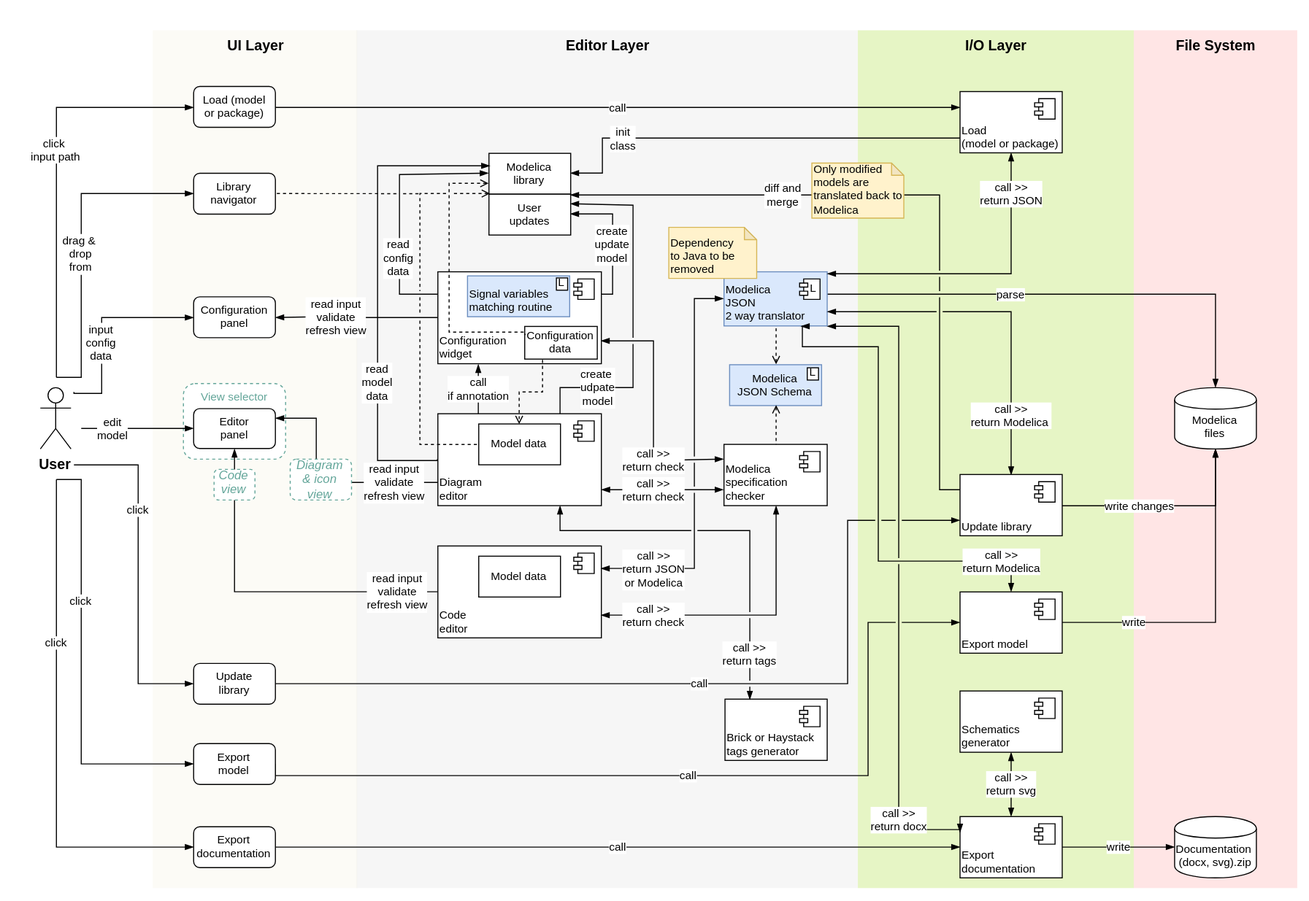
Above: specification/source/img/linkage_architecture.svg in lbl-srg/ctrl-flow (draw.io), before the change. Source tidied: cells renumbered, new cells last; positions are measured from the earlier drawing's top-left corner, leaving out a move shared by most shapes.
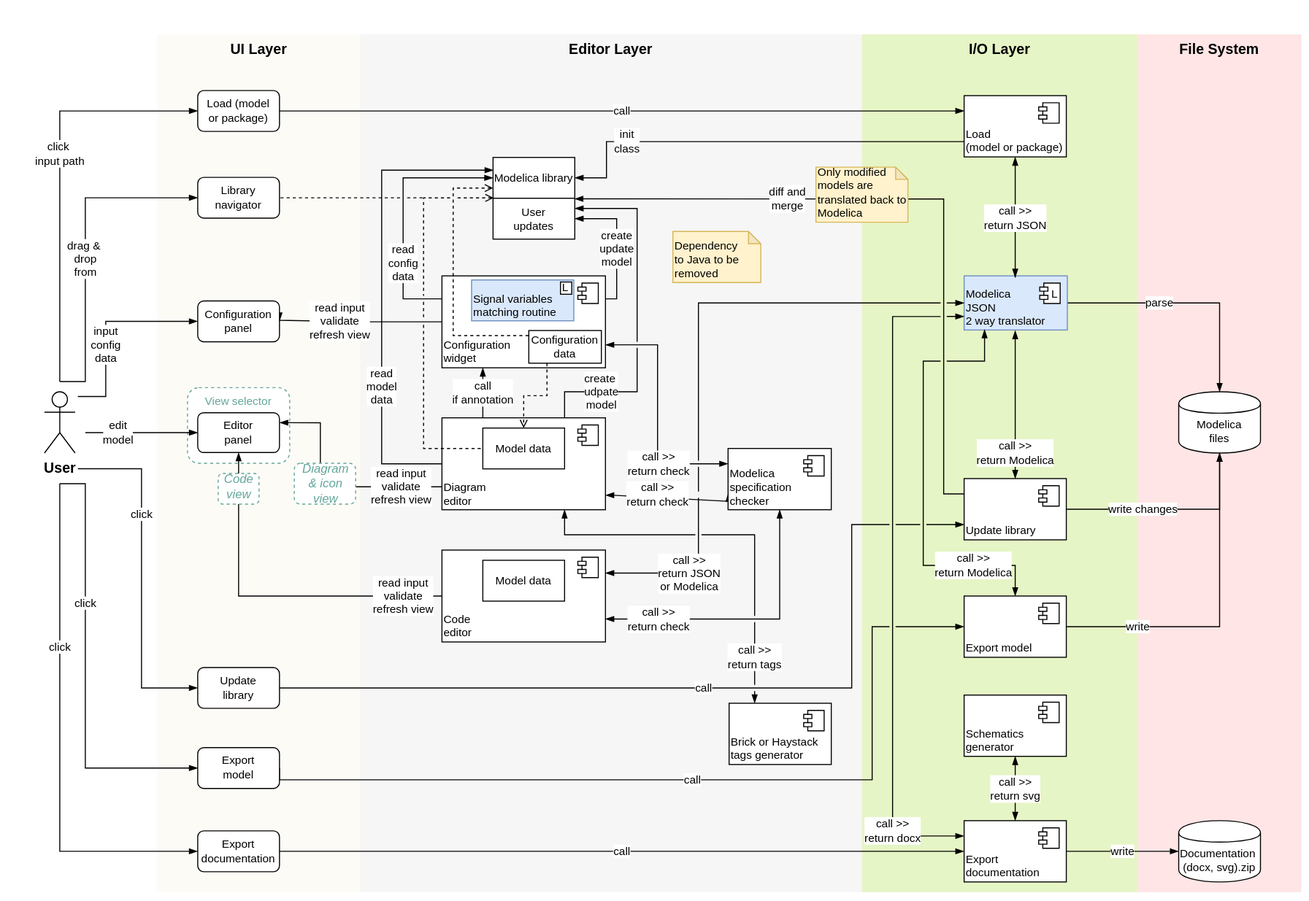
After the change.

Change to the diagram source:
```diff
@@ -75,7 +75,7 @@
     <mxCell id="18" value="User" style="shape=umlActor;verticalLabelPosition=bottom;labelBackgroundColor=#ffffff;verticalAlign=top;html=1;fontSize=14;fontStyle=1;" parent="1" vertex="1">
       <mxGeometry x="10" y="350" width="30" height="60" as="geometry" />
     </mxCell>
-    <mxCell id="19" value="parse" style="edgeStyle=orthogonalEdgeStyle;rounded=0;jettySize=auto;html=1;entryX=0.5;entryY=0;entryDx=0;entryDy=0;endArrow=blockThin;endFill=1;fontSize=11;exitX=1.002;exitY=0.425;exitDx=0;exitDy=0;exitPerimeter=0;" parent="1" edge="1" source="21" target="15">
+    <mxCell id="19" value="parse" style="edgeStyle=orthogonalEdgeStyle;rounded=0;jettySize=auto;html=1;entryX=0.5;entryY=0;entryDx=0;entryDy=0;endArrow=blockThin;endFill=1;fontSize=11;exitX=1;exitY=0.5;exitDx=0;exitDy=0;" parent="1" edge="1" source="21" target="15">
       <mxGeometry x="-0.24" relative="1" as="geometry" />
     </mxCell>
     <mxCell id="20" value="init&lt;br style=&quot;font-size: 11px&quot;&gt;class" style="edgeStyle=orthogonalEdgeStyle;rounded=0;jettySize=auto;html=1;exitX=0;exitY=0.75;exitDx=0;exitDy=0;entryX=1;entryY=0.5;entryDx=0;entryDy=0;endArrow=blockThin;endFill=1;fontSize=11;" parent="1" edge="1" source="27" target="24">
@@ -87,7 +87,7 @@
       </mxGeometry>
     </mxCell>
     <mxCell id="21" value="Modelica&lt;br&gt;JSON&lt;br&gt;2 way translator" style="html=1;verticalAlign=bottom;align=left;fillColor=#dae8fc;strokeColor=#6c8ebf;fontSize=11;" parent="1" vertex="1">
-      <mxGeometry x="679" y="236.5" width="101" height="53" as="geometry" />
+      <mxGeometry x="910" y="236.5" width="101" height="53" as="geometry" />
     </mxCell>
     <mxCell id="22" value="L" style="shape=component;jettyWidth=8;jettyHeight=4;align=right;fontSize=11;" parent="21" vertex="1">
       <mxGeometry x="1" width="20" height="20" relative="1" as="geometry">
@@ -114,8 +114,8 @@
       </mxGeometry>
     </mxCell>
     <mxCell id="26" value="call &amp;gt;&amp;gt;&lt;br style=&quot;font-size: 11px&quot;&gt;return JSON" style="edgeStyle=orthogonalEdgeStyle;rounded=0;jettySize=auto;html=1;exitX=0.5;exitY=1;exitDx=0;exitDy=0;endArrow=blockThin;endFill=1;startArrow=blockThin;startFill=1;fontSize=11;" parent="1" edge="1" source="27">
-      <mxGeometry x="-0.73" relative="1" as="geometry">
-        <mxPoint x="780" y="238.4" as="targetPoint" />
+      <mxGeometry x="0.02" relative="1" as="geometry">
+        <mxPoint x="960" y="238" as="targetPoint" />
         <Array as="points">
           <mxPoint x="960" y="238" />
         </Array>
@@ -168,8 +168,10 @@
     <mxCell id="36" value="write changes" style="edgeStyle=orthogonalEdgeStyle;rounded=0;jumpStyle=gap;jettySize=auto;html=1;exitX=1;exitY=0.5;exitDx=0;exitDy=0;entryX=0.5;entryY=1;entryDx=0;entryDy=0;endArrow=blockThin;endFill=1;fontSize=11;" parent="1" edge="1" source="38" target="15">
       <mxGeometry x="-0.27" relative="1" as="geometry" />
     </mxCell>
-    <mxCell id="37" value="call &amp;gt;&amp;gt;&lt;br style=&quot;font-size: 11px&quot;&gt;return Modelica&amp;nbsp;" style="edgeStyle=orthogonalEdgeStyle;rounded=0;jumpStyle=gap;jettySize=auto;html=1;exitX=0.5;exitY=0;exitDx=0;exitDy=0;entryX=1;entryY=0.75;entryDx=0;entryDy=0;startArrow=blockThin;startFill=1;endArrow=blockThin;endFill=1;fontSize=11;" parent="1" edge="1" source="38" target="21">
-      <mxGeometry x="-0.66" relative="1" as="geometry" />
+    <mxCell id="37" value="call &amp;gt;&amp;gt;&lt;br style=&quot;font-size: 11px&quot;&gt;return Modelica" style="edgeStyle=orthogonalEdgeStyle;rounded=0;jumpStyle=gap;jettySize=auto;html=1;exitX=0.5;exitY=0;exitDx=0;exitDy=0;startArrow=blockThin;startFill=1;endArrow=blockThin;endFill=1;fontSize=11;" parent="1" edge="1" source="38">
+      <mxGeometry x="-0.66" relative="1" as="geometry">
+        <mxPoint x="960" y="290" as="targetPoint" />
+      </mxGeometry>
     </mxCell>
     <mxCell id="38" value="Update library" style="html=1;verticalAlign=bottom;align=left;fontSize=11;" parent="1" vertex="1">
       <mxGeometry x="910" y="435" width="100" height="60" as="geometry" />
@@ -245,12 +247,13 @@
         <mxPoint x="-27" y="7" as="offset" />
       </mxGeometry>
     </mxCell>
-    <mxCell id="55" value="call &amp;gt;&amp;gt;&lt;br style=&quot;font-size: 11px&quot;&gt;return Modelica" style="edgeStyle=orthogonalEdgeStyle;rounded=0;jumpStyle=gap;jettySize=auto;html=1;entryX=0.5;entryY=0;entryDx=0;entryDy=0;startArrow=blockThin;startFill=1;endArrow=blockThin;endFill=1;exitX=0.75;exitY=1;exitDx=0;exitDy=0;fontSize=11;" parent="1" edge="1" source="21" target="51">
-      <mxGeometry x="0.83" relative="1" as="geometry">
+    <mxCell id="55" value="call &amp;gt;&amp;gt;&lt;br style=&quot;font-size: 11px&quot;&gt;return Modelica" style="edgeStyle=orthogonalEdgeStyle;rounded=0;jumpStyle=gap;jettySize=auto;html=1;entryX=0.5;entryY=0;entryDx=0;entryDy=0;startArrow=blockThin;startFill=1;endArrow=blockThin;endFill=1;fontSize=11;" parent="1" edge="1" target="51">
+      <mxGeometry x="0.66" relative="1" as="geometry">
+        <mxPoint x="930" y="289" as="sourcePoint" />
         <Array as="points">
-          <mxPoint x="755" y="310" />
-          <mxPoint x="830" y="310" />
-          <mxPoint x="830" y="520" />
+          <mxPoint x="930" y="320" />
+          <mxPoint x="870" y="320" />
+          <mxPoint x="870" y="520" />
           <mxPoint x="960" y="520" />
         </Array>
       </mxGeometry>
@@ -272,14 +275,11 @@
         <mxPoint x="-27" y="7" as="offset" />
       </mxGeometry>
     </mxCell>
-    <mxCell id="61" value="call &amp;gt;&amp;gt;&lt;br style=&quot;font-size: 11px&quot;&gt;return docx" style="edgeStyle=orthogonalEdgeStyle;rounded=0;jumpStyle=gap;jettySize=auto;html=1;entryX=0;entryY=0.25;entryDx=0;entryDy=0;startArrow=blockThin;startFill=1;endArrow=blockThin;endFill=1;fontSize=11;" parent="1" edge="1" target="53">
+    <mxCell id="61" value="call &amp;gt;&amp;gt;&lt;br style=&quot;font-size: 11px&quot;&gt;return docx" style="edgeStyle=orthogonalEdgeStyle;rounded=0;jumpStyle=gap;jettySize=auto;html=1;entryX=0;entryY=0.25;entryDx=0;entryDy=0;startArrow=blockThin;startFill=1;endArrow=blockThin;endFill=1;fontSize=11;exitX=0;exitY=0.75;exitDx=0;exitDy=0;" parent="1" edge="1" source="21" target="53">
       <mxGeometry x="0.77" relative="1" as="geometry">
-        <mxPoint x="780" y="289.9" as="sourcePoint" />
         <Array as="points">
-          <mxPoint x="780" y="290" />
-          <mxPoint x="850" y="290" />
-          <mxPoint x="850" y="782" />
-          <mxPoint x="910" y="782" />
+          <mxPoint x="840" y="276" />
+          <mxPoint x="840" y="785" />
         </Array>
       </mxGeometry>
     </mxCell>
@@ -388,39 +388,24 @@
         <mxPoint x="-27" y="7" as="offset" />
       </mxGeometry>
     </mxCell>
-    <mxCell id="88" style="group;" parent="1" vertex="1">
-      <mxGeometry x="684.5" y="327.5" width="90" height="40" as="geometry" />
+    <mxCell id="88" value="call &amp;gt;&amp;gt;&lt;br style=&quot;font-size: 11px&quot;&gt;return JSON&lt;br&gt;or Modelica" style="edgeStyle=orthogonalEdgeStyle;rounded=0;jumpStyle=gap;jettySize=auto;html=1;endArrow=blockThin;endFill=1;startArrow=blockThin;startFill=1;fontSize=11;entryX=0;entryY=0.5;entryDx=0;entryDy=0;exitX=1;exitY=0.25;exitDx=0;exitDy=0;" parent="1" edge="1" source="75" target="21">
+      <mxGeometry x="-0.73" relative="1" as="geometry">
+        <Array as="points">
+          <mxPoint x="650" y="528" />
+          <mxPoint x="650" y="263" />
+        </Array>
+      </mxGeometry>
     </mxCell>
-    <mxCell id="89" value="Modelica&lt;br style=&quot;font-size: 11px;&quot;&gt;JSON Schema" style="html=1;fillColor=#dae8fc;align=center;whiteSpace=wrap;strokeColor=#6c8ebf;fontSize=11;" parent="88" vertex="1">
-      <mxGeometry width="90" height="40" as="geometry" />
+    <mxCell id="89" value="Dependency &lt;br&gt;to&amp;nbsp;Java to be removed" style="shape=note;whiteSpace=wrap;html=1;backgroundOutline=1;darkOpacity=0.05;fillColor=#fff2cc;fontSize=11;align=left;size=12;strokeColor=#d6b656;verticalAlign=bottom;" parent="1" vertex="1">
+      <mxGeometry x="625" y="193" width="86" height="50" as="geometry" />
     </mxCell>
-    <mxCell id="90" value="L" style="rounded=0;whiteSpace=wrap;html=1;align=left;fontSize=11;verticalAlign=middle;spacingBottom=2;" parent="88" vertex="1">
-      <mxGeometry x="76" y="3" width="11" height="12" as="geometry" />
+    <mxCell id="90" value="call &amp;gt;&amp;gt;&lt;br style=&quot;font-size: 11px&quot;&gt;return tags" style="edgeStyle=orthogonalEdgeStyle;rounded=0;jumpStyle=gap;jettySize=auto;html=1;entryX=0.25;entryY=0;entryDx=0;entryDy=0;endArrow=blockThin;endFill=1;startArrow=blockThin;startFill=1;fontSize=11;exitX=0.75;exitY=1;exitDx=0;exitDy=0;" parent="1" edge="1" source="43" target="86">
+      <mxGeometry x="0.76" relative="1" as="geometry">
+        <Array as="points">
+          <mxPoint x="519" y="490" />
+          <mxPoint x="705" y="490" />
+        </Array>
+      </mxGeometry>
     </mxCell>
-    <mxCell id="91" style="edgeStyle=orthogonalEdgeStyle;rounded=0;jettySize=auto;html=1;entryX=0.5;entryY=0;entryDx=0;entryDy=0;endArrow=none;endFill=0;dashed=1;startArrow=open;startFill=0;fontSize=11;exitX=0.5;exitY=1;exitDx=0;exitDy=0;" parent="1" edge="1" source="89" target="46">
-      <mxGeometry relative="1" as="geometry" />
-    </mxCell>
-    <mxCell id="92" style="edgeStyle=orthogonalEdgeStyle;rounded=0;jettySize=auto;html=1;entryX=0.5;entryY=1;entryDx=0;entryDy=0;endArrow=none;endFill=0;dashed=1;startArrow=open;startFill=0;fontSize=11;exitX=0.5;exitY=0;exitDx=0;exitDy=0;" parent="1" edge="1" source="89" target="21">
-      <mxGeometry relative="1" as="geometry" />
-    </mxCell>
-    <mxCell id="93" value="call &amp;gt;&amp;gt;&lt;br style=&quot;font-size: 11px&quot;&gt;return JSON&lt;br&gt;or Modelica" style="edgeStyle=orthogonalEdgeStyle;rounded=0;jumpStyle=gap;jettySize=auto;html=1;endArrow=blockThin;endFill=1;startArrow=blockThin;startFill=1;fontSize=11;exitX=1;exitY=0.25;exitDx=0;exitDy=0;entryX=0;entryY=0.5;entryDx=0;entryDy=0;" parent="1" edge="1" source="75" target="21">
-      <mxGeometry x="-0.73" relative="1" as="geometry">
-        <Array as="points">
-          <mxPoint x="650" y="527" />
-          <mxPoint x="650" y="263" />
-        </Array>
-      </mxGeometry>
-    </mxCell>
-    <mxCell id="94" value="Dependency &lt;br&gt;to&amp;nbsp;Java to be removed" style="shape=note;whiteSpace=wrap;html=1;backgroundOutline=1;darkOpacity=0.05;fillColor=#fff2cc;fontSize=11;align=left;size=12;strokeColor=#d6b656;verticalAlign=bottom;" parent="1" vertex="1">
-      <mxGeometry x="625" y="193" width="86" height="50" as="geometry" />
-    </mxCell>
-    <mxCell id="95" value="call &amp;gt;&amp;gt;&lt;br style=&quot;font-size: 11px&quot;&gt;return tags" style="edgeStyle=orthogonalEdgeStyle;rounded=0;jumpStyle=gap;jettySize=auto;html=1;entryX=0.25;entryY=0;entryDx=0;entryDy=0;endArrow=blockThin;endFill=1;startArrow=blockThin;startFill=1;fontSize=11;exitX=0.75;exitY=1;exitDx=0;exitDy=0;" parent="1" edge="1" source="43" target="86">
-      <mxGeometry x="0.76" relative="1" as="geometry">
-        <Array as="points">
-          <mxPoint x="519" y="490" />
-          <mxPoint x="705" y="490" />
-        </Array>
-      </mxGeometry>
-    </mxCell>
   </root>
 </mxGraphModel>
```
